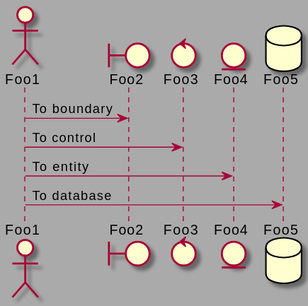
This is generated-svg/sample.svg from gmevelec/test-generate-plantuml, a PlantUML export, as it was before one commit.
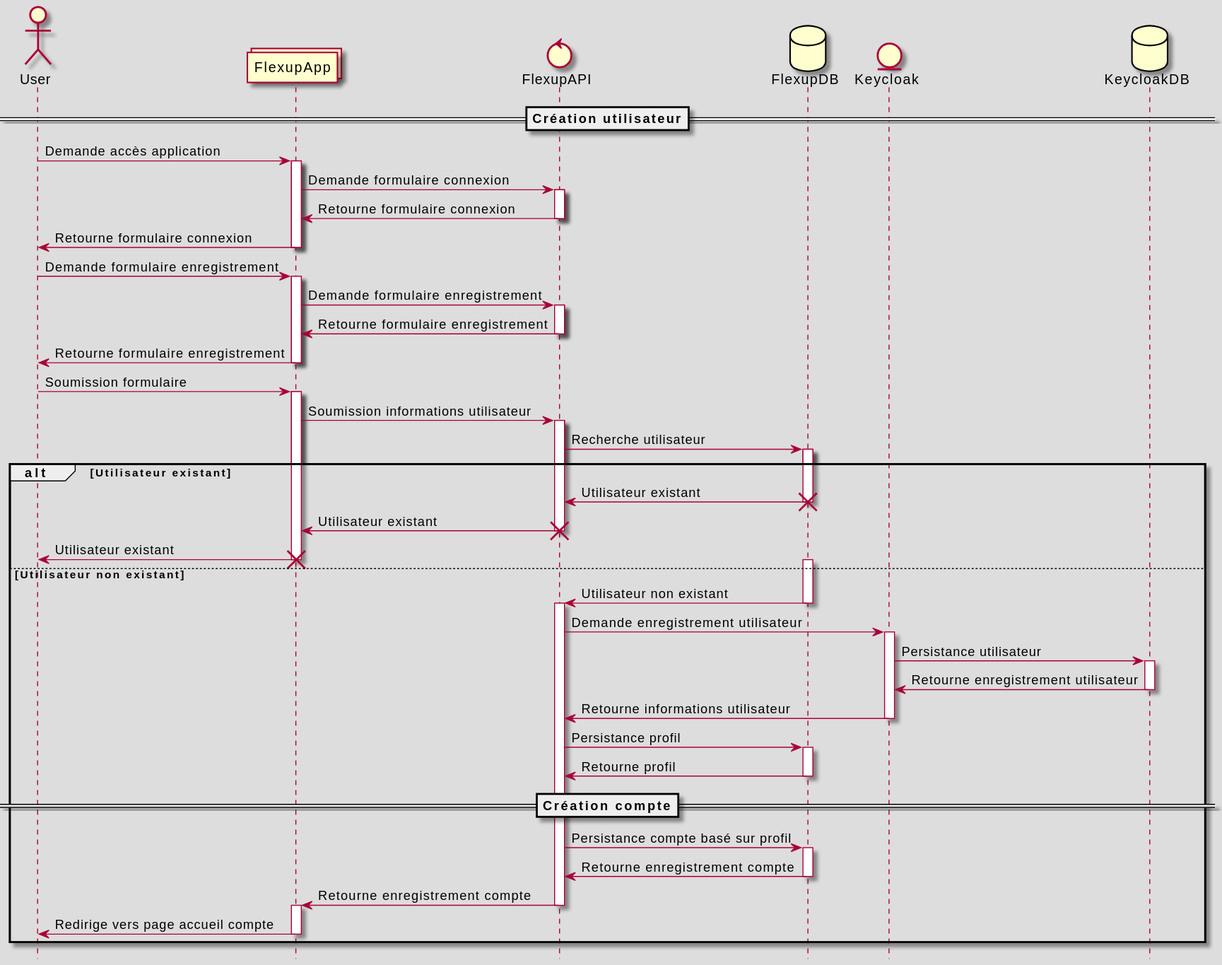
After the change.

What changed in the source:
```diff
@@ -1,12 +1,68 @@
 @startuml
-skinparam backgroundColor #AAAAAA
-actor Foo1
-boundary Foo2
-control Foo3
-entity Foo4
-database Foo5
-Foo1 -> Foo2 : To boundary
-Foo1 -> Foo3 : To control
-Foo1 -> Foo4 : To entity
-Foo1 -> Foo5 : To database
+skinparam backgroundColor #DDDDDD
+hide footbox
+actor User
+collections FlexupApp
+control FlexupAPI
+database FlexupDB
+entity Keycloak
+database KeycloakDB
+==Création utilisateur==
+User -> FlexupApp : Demande accès application
+activate FlexupApp
+FlexupApp -> FlexupAPI : Demande formulaire connexion
+activate FlexupAPI
+FlexupAPI -> FlexupApp : Retourne formulaire connexion
+deactivate FlexupAPI
+FlexupApp -> User : Retourne formulaire connexion
+deactivate FlexupApp
+User -> FlexupApp : Demande formulaire enregistrement
+activate FlexupApp
+FlexupApp -> FlexupAPI : Demande formulaire enregistrement
+activate FlexupAPI
+FlexupAPI -> FlexupApp : Retourne formulaire enregistrement
+deactivate FlexupAPI
+FlexupApp -> User : Retourne formulaire enregistrement
+deactivate FlexupApp
+User -> FlexupApp : Soumission formulaire
+activate FlexupApp
+FlexupApp -> FlexupAPI : Soumission informations utilisateur
+activate FlexupAPI
+FlexupAPI -> FlexupDB : Recherche utilisateur
+alt Utilisateur existant
+activate FlexupDB
+FlexupDB -> FlexupAPI : Utilisateur existant
+destroy FlexupDB
+FlexupAPI -> FlexupApp : Utilisateur existant
+destroy FlexupAPI
+FlexupApp -> User : Utilisateur existant
+destroy FlexupApp
+else Utilisateur non existant
+activate FlexupDB
+FlexupDB -> FlexupAPI : Utilisateur non existant
+deactivate FlexupDB
+activate FlexupAPI
+FlexupAPI -> Keycloak : Demande enregistrement utilisateur
+activate Keycloak
+Keycloak -> KeycloakDB : Persistance utilisateur
+activate KeycloakDB
+KeycloakDB -> Keycloak : Retourne enregistrement utilisateur
+deactivate KeycloakDB
+Keycloak -> FlexupAPI : Retourne informations utilisateur
+deactivate Keycloak
+FlexupAPI -> FlexupDB : Persistance profil
+activate FlexupDB
+FlexupDB -> FlexupAPI : Retourne profil
+deactivate FlexupDB
+==Création compte==
+FlexupAPI -> FlexupDB : Persistance compte basé sur profil
+activate FlexupDB
+FlexupDB -> FlexupAPI : Retourne enregistrement compte
+deactivate FlexupDB
+FlexupAPI -> FlexupApp : Retourne enregistrement compte
+deactivate FlexupAPI
+activate FlexupApp
+FlexupApp -> User : Redirige vers page accueil compte
+deactivate FlexupApp
+end
 @enduml
```
